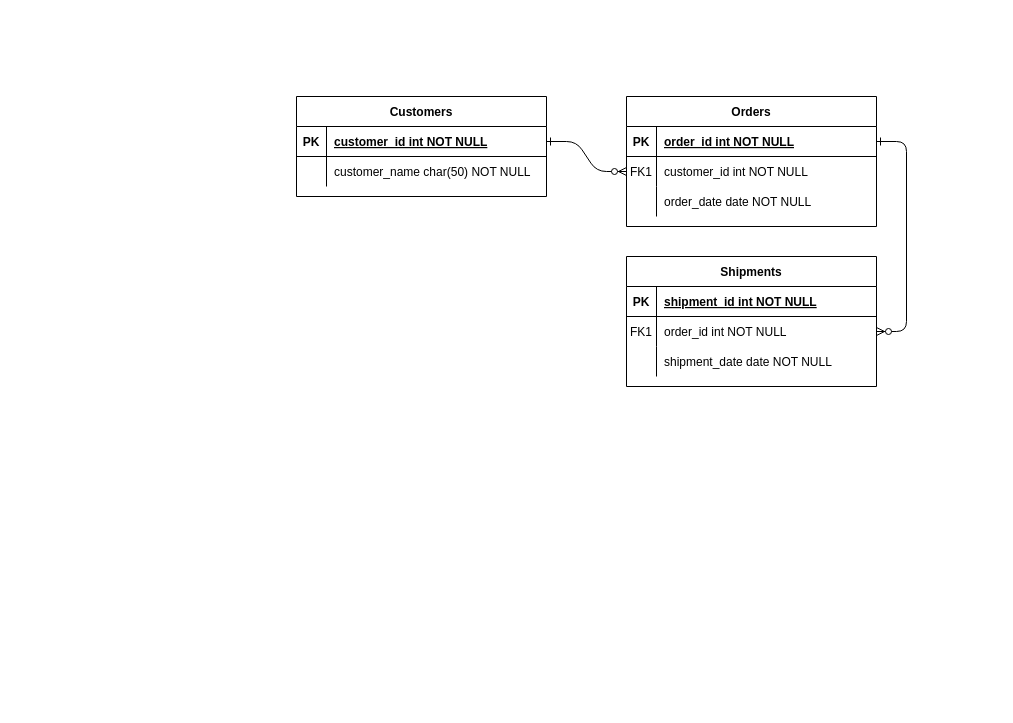
The draw.io diagram GitHub_DataModel.drawio in Britto-Sathya/GitHubDataProject, before the edit. Source tidied: cells renumbered, new cells numbered last; positions are measured from the earlier drawing's top-left corner, leaving out a move shared by most shapes. Both pictures are drawn from the tidied source at 100%, with x=0, y=0 at pixel (296, 96).
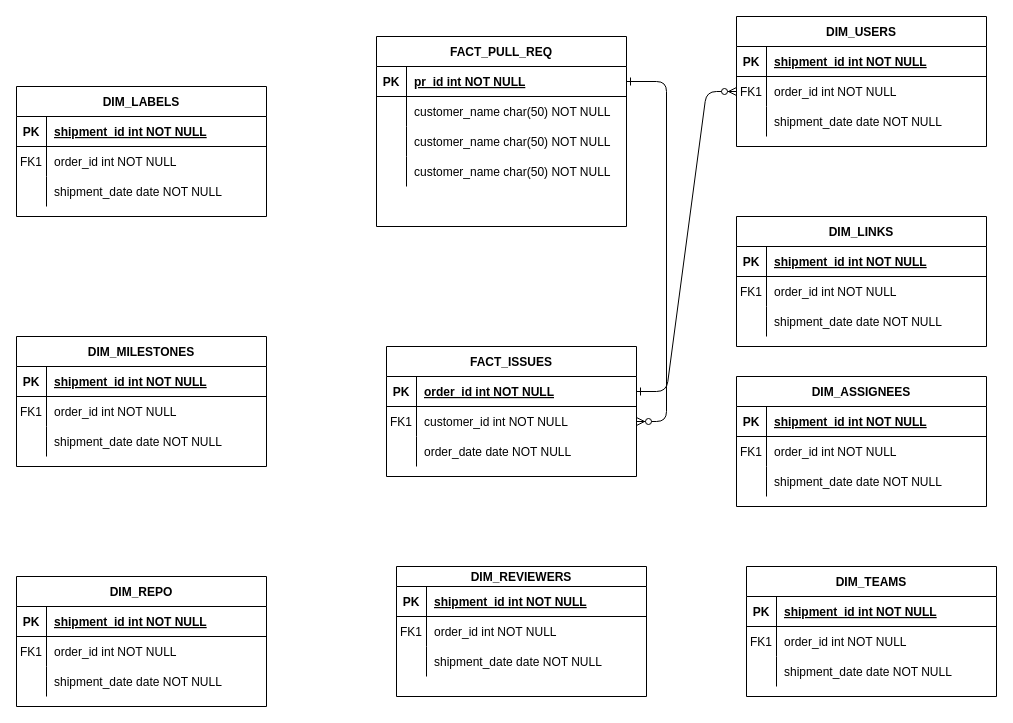
The same diagram, later.

The change refers to these unchanged cells:
```xml
<mxCell id="25" style="shape=partialRectangle;fillColor=none;points=[[0,0.5],[1,0.5]];portConstraint=eastwest;top=0;left=0;right=0;bottom=1;" parent="24" vertex="1">
  <mxGeometry y="30" width="250" height="30" as="geometry" />
</mxCell>
```

Diff of the diagram source:
```diff
@@
-    <mxCell id="4" value="Orders" style="shape=table;startSize=30;childLayout=tableLayout;rowLines=0;fontStyle=1;align=center;" parent="1" vertex="1">
-      <mxGeometry x="330" width="250" height="130" as="geometry" />
+    <mxCell id="4" value="FACT_ISSUES" style="shape=table;startSize=30;childLayout=tableLayout;rowLines=0;fontStyle=1;align=center;" parent="1" vertex="1">
+      <mxGeometry x="90" y="250" width="250" height="130" as="geometry" />
     </mxCell>
@@
-    <mxCell id="14" value="Shipments" style="shape=table;startSize=30;childLayout=tableLayout;rowLines=0;fontStyle=1;align=center;" parent="1" vertex="1">
-      <mxGeometry x="330" y="160" width="250" height="130" as="geometry" />
+    <mxCell id="14" value="DIM_USERS" style="shape=table;startSize=30;childLayout=tableLayout;rowLines=0;fontStyle=1;align=center;" parent="1" vertex="1">
+      <mxGeometry x="440" y="-80" width="250" height="130" as="geometry" />
     </mxCell>
@@
-    <mxCell id="24" value="Customers" style="shape=table;startSize=30;childLayout=tableLayout;rowLines=0;fontStyle=1;align=center;" parent="1" vertex="1">
-      <mxGeometry width="250" height="100" as="geometry" />
+    <mxCell id="24" value="FACT_PULL_REQ" style="shape=table;startSize=30;childLayout=tableLayout;rowLines=0;fontStyle=1;align=center;" parent="1" vertex="1">
+      <mxGeometry x="80" y="-60" width="250" height="190" as="geometry" />
     </mxCell>
@@
-    <mxCell id="27" value="customer_id int NOT NULL " style="shape=partialRectangle;overflow=hidden;fillColor=none;top=0;left=0;bottom=0;right=0;align=left;spacingLeft=6;fontStyle=5;" parent="25" vertex="1">
+    <mxCell id="27" value="pr_id int NOT NULL " style="shape=partialRectangle;overflow=hidden;fillColor=none;top=0;left=0;bottom=0;right=0;align=left;spacingLeft=6;fontStyle=5;" parent="25" vertex="1">
       <mxGeometry x="30" width="220" height="30" as="geometry" />
     </mxCell>
@@
+    <mxCell id="31" style="shape=partialRectangle;fillColor=none;top=0;left=0;right=0;bottom=0;" parent="24" vertex="1">
+      <mxGeometry y="90" width="250" height="30" as="geometry" />
+    </mxCell>
+    <mxCell id="32" style="shape=partialRectangle;overflow=hidden;fillColor=none;top=0;left=0;bottom=0;right=0;" parent="31" vertex="1">
+      <mxGeometry width="30" height="30" as="geometry" />
+    </mxCell>
+    <mxCell id="33" value="customer_name char(50) NOT NULL" style="shape=partialRectangle;overflow=hidden;fillColor=none;top=0;left=0;bottom=0;right=0;align=left;spacingLeft=6;" parent="31" vertex="1">
+      <mxGeometry x="30" width="220" height="30" as="geometry" />
+    </mxCell>
+    <mxCell id="34" style="shape=partialRectangle;fillColor=none;top=0;left=0;right=0;bottom=0;" parent="24" vertex="1">
+      <mxGeometry y="120" width="250" height="30" as="geometry" />
+    </mxCell>
+    <mxCell id="35" style="shape=partialRectangle;overflow=hidden;fillColor=none;top=0;left=0;bottom=0;right=0;" parent="34" vertex="1">
+      <mxGeometry width="30" height="30" as="geometry" />
+    </mxCell>
+    <mxCell id="36" value="customer_name char(50) NOT NULL" style="shape=partialRectangle;overflow=hidden;fillColor=none;top=0;left=0;bottom=0;right=0;align=left;spacingLeft=6;" parent="34" vertex="1">
+      <mxGeometry x="30" width="220" height="30" as="geometry" />
+    </mxCell>
+    <mxCell id="37" value="DIM_LABELS" style="shape=table;startSize=30;childLayout=tableLayout;rowLines=0;fontStyle=1;align=center;" parent="1" vertex="1">
+      <mxGeometry x="-280" y="-10" width="250" height="130" as="geometry" />
+    </mxCell>
+    <mxCell id="38" style="shape=partialRectangle;fillColor=none;top=0;left=0;right=0;bottom=1;" parent="37" vertex="1">
+      <mxGeometry y="30" width="250" height="30" as="geometry" />
+    </mxCell>
+    <mxCell id="39" value="PK" style="shape=partialRectangle;overflow=hidden;fillColor=none;top=0;left=0;bottom=0;right=0;fontStyle=1;" parent="38" vertex="1">
+      <mxGeometry width="30" height="30" as="geometry" />
+    </mxCell>
+    <mxCell id="40" value="shipment_id int NOT NULL " style="shape=partialRectangle;overflow=hidden;fillColor=none;top=0;left=0;bottom=0;right=0;align=left;spacingLeft=6;fontStyle=5;" parent="38" vertex="1">
+      <mxGeometry x="30" width="220" height="30" as="geometry" />
+    </mxCell>
+    <mxCell id="41" style="shape=partialRectangle;fillColor=none;top=0;left=0;right=0;bottom=0;" parent="37" vertex="1">
+      <mxGeometry y="60" width="250" height="30" as="geometry" />
+    </mxCell>
+    <mxCell id="42" value="FK1" style="shape=partialRectangle;overflow=hidden;fillColor=none;top=0;left=0;bottom=0;right=0;" parent="41" vertex="1">
+      <mxGeometry width="30" height="30" as="geometry" />
+    </mxCell>
+    <mxCell id="43" value="order_id int NOT NULL" style="shape=partialRectangle;overflow=hidden;fillColor=none;top=0;left=0;bottom=0;right=0;align=left;spacingLeft=6;" parent="41" vertex="1">
+      <mxGeometry x="30" width="220" height="30" as="geometry" />
+    </mxCell>
+    <mxCell id="44" style="shape=partialRectangle;fillColor=none;top=0;left=0;right=0;bottom=0;" parent="37" vertex="1">
+      <mxGeometry y="90" width="250" height="30" as="geometry" />
+    </mxCell>
+    <mxCell id="45" style="shape=partialRectangle;overflow=hidden;fillColor=none;top=0;left=0;bottom=0;right=0;" parent="44" vertex="1">
+      <mxGeometry width="30" height="30" as="geometry" />
+    </mxCell>
+    <mxCell id="46" value="shipment_date date NOT NULL" style="shape=partialRectangle;overflow=hidden;fillColor=none;top=0;left=0;bottom=0;right=0;align=left;spacingLeft=6;" parent="44" vertex="1">
+      <mxGeometry x="30" width="220" height="30" as="geometry" />
+    </mxCell>
+    <mxCell id="47" value="DIM_MILESTONES" style="shape=table;startSize=30;childLayout=tableLayout;rowLines=0;fontStyle=1;align=center;" parent="1" vertex="1">
+      <mxGeometry x="-280" y="240" width="250" height="130" as="geometry" />
+    </mxCell>
+    <mxCell id="48" style="shape=partialRectangle;fillColor=none;top=0;left=0;right=0;bottom=1;" parent="47" vertex="1">
+      <mxGeometry y="30" width="250" height="30" as="geometry" />
+    </mxCell>
+    <mxCell id="49" value="PK" style="shape=partialRectangle;overflow=hidden;fillColor=none;top=0;left=0;bottom=0;right=0;fontStyle=1;" parent="48" vertex="1">
+      <mxGeometry width="30" height="30" as="geometry" />
+    </mxCell>
+    <mxCell id="50" value="shipment_id int NOT NULL " style="shape=partialRectangle;overflow=hidden;fillColor=none;top=0;left=0;bottom=0;right=0;align=left;spacingLeft=6;fontStyle=5;" parent="48" vertex="1">
+      <mxGeometry x="30" width="220" height="30" as="geometry" />
+    </mxCell>
+    <mxCell id="51" style="shape=partialRectangle;fillColor=none;top=0;left=0;right=0;bottom=0;" parent="47" vertex="1">
+      <mxGeometry y="60" width="250" height="30" as="geometry" />
+    </mxCell>
+    <mxCell id="52" value="FK1" style="shape=partialRectangle;overflow=hidden;fillColor=none;top=0;left=0;bottom=0;right=0;" parent="51" vertex="1">
+      <mxGeometry width="30" height="30" as="geometry" />
+    </mxCell>
+    <mxCell id="53" value="order_id int NOT NULL" style="shape=partialRectangle;overflow=hidden;fillColor=none;top=0;left=0;bottom=0;right=0;align=left;spacingLeft=6;" parent="51" vertex="1">
+      <mxGeometry x="30" width="220" height="30" as="geometry" />
+    </mxCell>
+    <mxCell id="54" style="shape=partialRectangle;fillColor=none;top=0;left=0;right=0;bottom=0;" parent="47" vertex="1">
+      <mxGeometry y="90" width="250" height="30" as="geometry" />
+    </mxCell>
+    <mxCell id="55" style="shape=partialRectangle;overflow=hidden;fillColor=none;top=0;left=0;bottom=0;right=0;" parent="54" vertex="1">
+      <mxGeometry width="30" height="30" as="geometry" />
+    </mxCell>
+    <mxCell id="56" value="shipment_date date NOT NULL" style="shape=partialRectangle;overflow=hidden;fillColor=none;top=0;left=0;bottom=0;right=0;align=left;spacingLeft=6;" parent="54" vertex="1">
+      <mxGeometry x="30" width="220" height="30" as="geometry" />
+    </mxCell>
+    <mxCell id="57" value="DIM_REPO" style="shape=table;startSize=30;childLayout=tableLayout;rowLines=0;fontStyle=1;align=center;" parent="1" vertex="1">
+      <mxGeometry x="-280" y="480" width="250" height="130" as="geometry" />
+    </mxCell>
+    <mxCell id="58" style="shape=partialRectangle;fillColor=none;top=0;left=0;right=0;bottom=1;" parent="57" vertex="1">
+      <mxGeometry y="30" width="250" height="30" as="geometry" />
+    </mxCell>
+    <mxCell id="59" value="PK" style="shape=partialRectangle;overflow=hidden;fillColor=none;top=0;left=0;bottom=0;right=0;fontStyle=1;" parent="58" vertex="1">
+      <mxGeometry width="30" height="30" as="geometry" />
+    </mxCell>
+    <mxCell id="60" value="shipment_id int NOT NULL " style="shape=partialRectangle;overflow=hidden;fillColor=none;top=0;left=0;bottom=0;right=0;align=left;spacingLeft=6;fontStyle=5;" parent="58" vertex="1">
+      <mxGeometry x="30" width="220" height="30" as="geometry" />
+    </mxCell>
+    <mxCell id="61" style="shape=partialRectangle;fillColor=none;top=0;left=0;right=0;bottom=0;" parent="57" vertex="1">
+      <mxGeometry y="60" width="250" height="30" as="geometry" />
+    </mxCell>
+    <mxCell id="62" value="FK1" style="shape=partialRectangle;overflow=hidden;fillColor=none;top=0;left=0;bottom=0;right=0;" parent="61" vertex="1">
+      <mxGeometry width="30" height="30" as="geometry" />
+    </mxCell>
+    <mxCell id="63" value="order_id int NOT NULL" style="shape=partialRectangle;overflow=hidden;fillColor=none;top=0;left=0;bottom=0;right=0;align=left;spacingLeft=6;" parent="61" vertex="1">
+      <mxGeometry x="30" width="220" height="30" as="geometry" />
+    </mxCell>
+    <mxCell id="64" style="shape=partialRectangle;fillColor=none;top=0;left=0;right=0;bottom=0;" parent="57" vertex="1">
+      <mxGeometry y="90" width="250" height="30" as="geometry" />
+    </mxCell>
+    <mxCell id="65" style="shape=partialRectangle;overflow=hidden;fillColor=none;top=0;left=0;bottom=0;right=0;" parent="64" vertex="1">
+      <mxGeometry width="30" height="30" as="geometry" />
+    </mxCell>
+    <mxCell id="66" value="shipment_date date NOT NULL" style="shape=partialRectangle;overflow=hidden;fillColor=none;top=0;left=0;bottom=0;right=0;align=left;spacingLeft=6;" parent="64" vertex="1">
+      <mxGeometry x="30" width="220" height="30" as="geometry" />
+    </mxCell>
+    <mxCell id="67" value="DIM_LINKS" style="shape=table;startSize=30;childLayout=tableLayout;rowLines=0;fontStyle=1;align=center;" parent="1" vertex="1">
+      <mxGeometry x="440" y="120" width="250" height="130" as="geometry" />
+    </mxCell>
+    <mxCell id="68" style="shape=partialRectangle;fillColor=none;top=0;left=0;right=0;bottom=1;" parent="67" vertex="1">
+      <mxGeometry y="30" width="250" height="30" as="geometry" />
+    </mxCell>
+    <mxCell id="69" value="PK" style="shape=partialRectangle;overflow=hidden;fillColor=none;top=0;left=0;bottom=0;right=0;fontStyle=1;" parent="68" vertex="1">
+      <mxGeometry width="30" height="30" as="geometry" />
+    </mxCell>
+    <mxCell id="70" value="shipment_id int NOT NULL " style="shape=partialRectangle;overflow=hidden;fillColor=none;top=0;left=0;bottom=0;right=0;align=left;spacingLeft=6;fontStyle=5;" parent="68" vertex="1">
+      <mxGeometry x="30" width="220" height="30" as="geometry" />
+    </mxCell>
+    <mxCell id="71" style="shape=partialRectangle;fillColor=none;top=0;left=0;right=0;bottom=0;" parent="67" vertex="1">
+      <mxGeometry y="60" width="250" height="30" as="geometry" />
+    </mxCell>
+    <mxCell id="72" value="FK1" style="shape=partialRectangle;overflow=hidden;fillColor=none;top=0;left=0;bottom=0;right=0;" parent="71" vertex="1">
+      <mxGeometry width="30" height="30" as="geometry" />
+    </mxCell>
+    <mxCell id="73" value="order_id int NOT NULL" style="shape=partialRectangle;overflow=hidden;fillColor=none;top=0;left=0;bottom=0;right=0;align=left;spacingLeft=6;" parent="71" vertex="1">
+      <mxGeometry x="30" width="220" height="30" as="geometry" />
+    </mxCell>
+    <mxCell id="74" style="shape=partialRectangle;fillColor=none;top=0;left=0;right=0;bottom=0;" parent="67" vertex="1">
+      <mxGeometry y="90" width="250" height="30" as="geometry" />
+    </mxCell>
+    <mxCell id="75" style="shape=partialRectangle;overflow=hidden;fillColor=none;top=0;left=0;bottom=0;right=0;" parent="74" vertex="1">
+      <mxGeometry width="30" height="30" as="geometry" />
+    </mxCell>
+    <mxCell id="76" value="shipment_date date NOT NULL" style="shape=partialRectangle;overflow=hidden;fillColor=none;top=0;left=0;bottom=0;right=0;align=left;spacingLeft=6;" parent="74" vertex="1">
+      <mxGeometry x="30" width="220" height="30" as="geometry" />
+    </mxCell>
+    <mxCell id="77" value="DIM_TEAMS" style="shape=table;startSize=30;childLayout=tableLayout;rowLines=0;fontStyle=1;align=center;" parent="1" vertex="1">
+      <mxGeometry x="450" y="470" width="250" height="130" as="geometry" />
+    </mxCell>
+    <mxCell id="78" style="shape=partialRectangle;fillColor=none;top=0;left=0;right=0;bottom=1;" parent="77" vertex="1">
+      <mxGeometry y="30" width="250" height="30" as="geometry" />
+    </mxCell>
+    <mxCell id="79" value="PK" style="shape=partialRectangle;overflow=hidden;fillColor=none;top=0;left=0;bottom=0;right=0;fontStyle=1;" parent="78" vertex="1">
+      <mxGeometry width="30" height="30" as="geometry" />
+    </mxCell>
+    <mxCell id="80" value="shipment_id int NOT NULL " style="shape=partialRectangle;overflow=hidden;fillColor=none;top=0;left=0;bottom=0;right=0;align=left;spacingLeft=6;fontStyle=5;" parent="78" vertex="1">
+      <mxGeometry x="30" width="220" height="30" as="geometry" />
+    </mxCell>
+    <mxCell id="81" style="shape=partialRectangle;fillColor=none;top=0;left=0;right=0;bottom=0;" parent="77" vertex="1">
+      <mxGeometry y="60" width="250" height="30" as="geometry" />
+    </mxCell>
+    <mxCell id="82" value="FK1" style="shape=partialRectangle;overflow=hidden;fillColor=none;top=0;left=0;bottom=0;right=0;" parent="81" vertex="1">
+      <mxGeometry width="30" height="30" as="geometry" />
+    </mxCell>
+    <mxCell id="83" value="order_id int NOT NULL" style="shape=partialRectangle;overflow=hidden;fillColor=none;top=0;left=0;bottom=0;right=0;align=left;spacingLeft=6;" parent="81" vertex="1">
+      <mxGeometry x="30" width="220" height="30" as="geometry" />
+    </mxCell>
+    <mxCell id="84" style="shape=partialRectangle;fillColor=none;top=0;left=0;right=0;bottom=0;" parent="77" vertex="1">
+      <mxGeometry y="90" width="250" height="30" as="geometry" />
+    </mxCell>
+    <mxCell id="85" style="shape=partialRectangle;overflow=hidden;fillColor=none;top=0;left=0;bottom=0;right=0;" parent="84" vertex="1">
+      <mxGeometry width="30" height="30" as="geometry" />
+    </mxCell>
+    <mxCell id="86" value="shipment_date date NOT NULL" style="shape=partialRectangle;overflow=hidden;fillColor=none;top=0;left=0;bottom=0;right=0;align=left;spacingLeft=6;" parent="84" vertex="1">
+      <mxGeometry x="30" width="220" height="30" as="geometry" />
+    </mxCell>
+    <mxCell id="87" value="DIM_REVIEWERS" style="shape=table;startSize=20;childLayout=tableLayout;rowLines=0;fontStyle=1;align=center;" parent="1" vertex="1">
+      <mxGeometry x="100" y="470" width="250" height="130" as="geometry" />
+    </mxCell>
+    <mxCell id="88" style="shape=partialRectangle;fillColor=none;top=0;left=0;right=0;bottom=1;" parent="87" vertex="1">
+      <mxGeometry y="20" width="250" height="30" as="geometry" />
+    </mxCell>
+    <mxCell id="89" value="PK" style="shape=partialRectangle;overflow=hidden;fillColor=none;top=0;left=0;bottom=0;right=0;fontStyle=1;" parent="88" vertex="1">
+      <mxGeometry width="30" height="30" as="geometry" />
+    </mxCell>
+    <mxCell id="90" value="shipment_id int NOT NULL " style="shape=partialRectangle;overflow=hidden;fillColor=none;top=0;left=0;bottom=0;right=0;align=left;spacingLeft=6;fontStyle=5;" parent="88" vertex="1">
+      <mxGeometry x="30" width="220" height="30" as="geometry" />
+    </mxCell>
+    <mxCell id="91" style="shape=partialRectangle;fillColor=none;top=0;left=0;right=0;bottom=0;" parent="87" vertex="1">
+      <mxGeometry y="50" width="250" height="30" as="geometry" />
+    </mxCell>
+    <mxCell id="92" value="FK1" style="shape=partialRectangle;overflow=hidden;fillColor=none;top=0;left=0;bottom=0;right=0;" parent="91" vertex="1">
+      <mxGeometry width="30" height="30" as="geometry" />
+    </mxCell>
+    <mxCell id="93" value="order_id int NOT NULL" style="shape=partialRectangle;overflow=hidden;fillColor=none;top=0;left=0;bottom=0;right=0;align=left;spacingLeft=6;" parent="91" vertex="1">
+      <mxGeometry x="30" width="220" height="30" as="geometry" />
+    </mxCell>
+    <mxCell id="94" style="shape=partialRectangle;fillColor=none;top=0;left=0;right=0;bottom=0;" parent="87" vertex="1">
+      <mxGeometry y="80" width="250" height="30" as="geometry" />
+    </mxCell>
+    <mxCell id="95" style="shape=partialRectangle;overflow=hidden;fillColor=none;top=0;left=0;bottom=0;right=0;" parent="94" vertex="1">
+      <mxGeometry width="30" height="30" as="geometry" />
+    </mxCell>
+    <mxCell id="96" value="shipment_date date NOT NULL" style="shape=partialRectangle;overflow=hidden;fillColor=none;top=0;left=0;bottom=0;right=0;align=left;spacingLeft=6;" parent="94" vertex="1">
+      <mxGeometry x="30" width="220" height="30" as="geometry" />
+    </mxCell>
+    <mxCell id="97" value="DIM_ASSIGNEES" style="shape=table;startSize=30;childLayout=tableLayout;rowLines=0;fontStyle=1;align=center;" parent="1" vertex="1">
+      <mxGeometry x="440" y="280" width="250" height="130" as="geometry" />
+    </mxCell>
+    <mxCell id="98" style="shape=partialRectangle;fillColor=none;top=0;left=0;right=0;bottom=1;" parent="97" vertex="1">
+      <mxGeometry y="30" width="250" height="30" as="geometry" />
+    </mxCell>
+    <mxCell id="99" value="PK" style="shape=partialRectangle;overflow=hidden;fillColor=none;top=0;left=0;bottom=0;right=0;fontStyle=1;" parent="98" vertex="1">
+      <mxGeometry width="30" height="30" as="geometry" />
+    </mxCell>
+    <mxCell id="100" value="shipment_id int NOT NULL " style="shape=partialRectangle;overflow=hidden;fillColor=none;top=0;left=0;bottom=0;right=0;align=left;spacingLeft=6;fontStyle=5;" parent="98" vertex="1">
+      <mxGeometry x="30" width="220" height="30" as="geometry" />
+    </mxCell>
+    <mxCell id="101" style="shape=partialRectangle;fillColor=none;top=0;left=0;right=0;bottom=0;" parent="97" vertex="1">
+      <mxGeometry y="60" width="250" height="30" as="geometry" />
+    </mxCell>
+    <mxCell id="102" value="FK1" style="shape=partialRectangle;overflow=hidden;fillColor=none;top=0;left=0;bottom=0;right=0;" parent="101" vertex="1">
+      <mxGeometry width="30" height="30" as="geometry" />
+    </mxCell>
+    <mxCell id="103" value="order_id int NOT NULL" style="shape=partialRectangle;overflow=hidden;fillColor=none;top=0;left=0;bottom=0;right=0;align=left;spacingLeft=6;" parent="101" vertex="1">
+      <mxGeometry x="30" width="220" height="30" as="geometry" />
+    </mxCell>
+    <mxCell id="104" style="shape=partialRectangle;fillColor=none;top=0;left=0;right=0;bottom=0;" parent="97" vertex="1">
+      <mxGeometry y="90" width="250" height="30" as="geometry" />
+    </mxCell>
+    <mxCell id="105" style="shape=partialRectangle;overflow=hidden;fillColor=none;top=0;left=0;bottom=0;right=0;" parent="104" vertex="1">
+      <mxGeometry width="30" height="30" as="geometry" />
+    </mxCell>
+    <mxCell id="106" value="shipment_date date NOT NULL" style="shape=partialRectangle;overflow=hidden;fillColor=none;top=0;left=0;bottom=0;right=0;align=left;spacingLeft=6;" parent="104" vertex="1">
+      <mxGeometry x="30" width="220" height="30" as="geometry" />
+    </mxCell>
```
